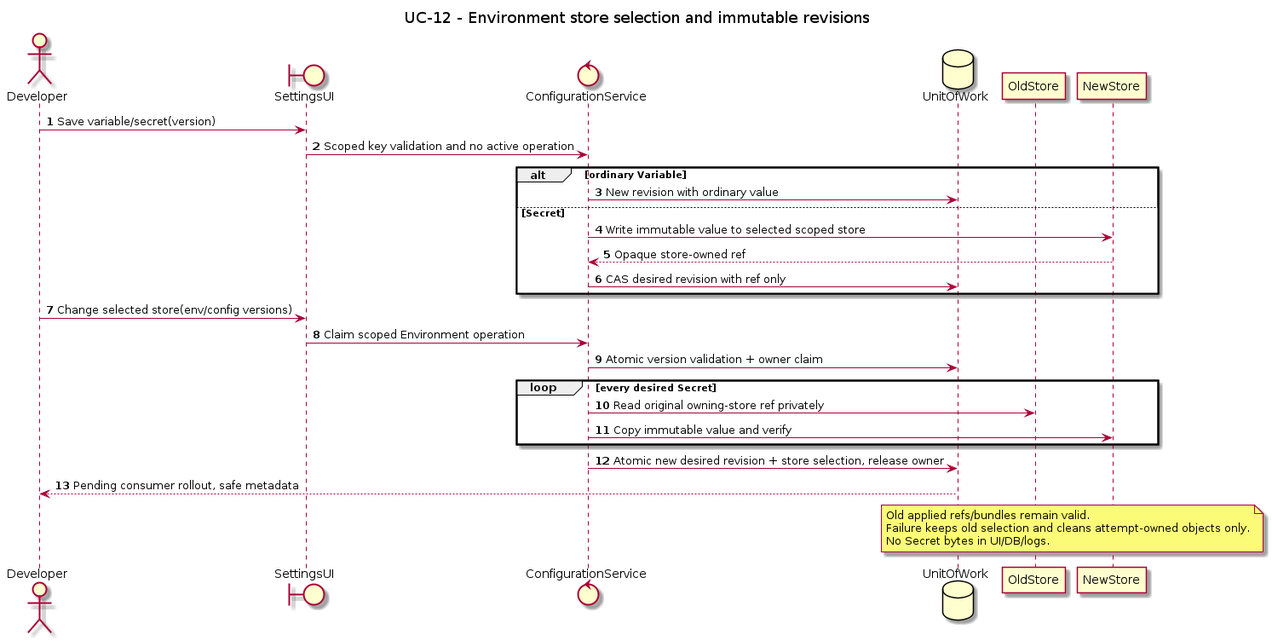
Above: orchestrator_docs/usecase/UC-12/sequence.png in pr3s3nt/poc (PlantUML), before the change. Its source is kept beside it as orchestrator_docs/usecase/UC-12/sequence.puml.
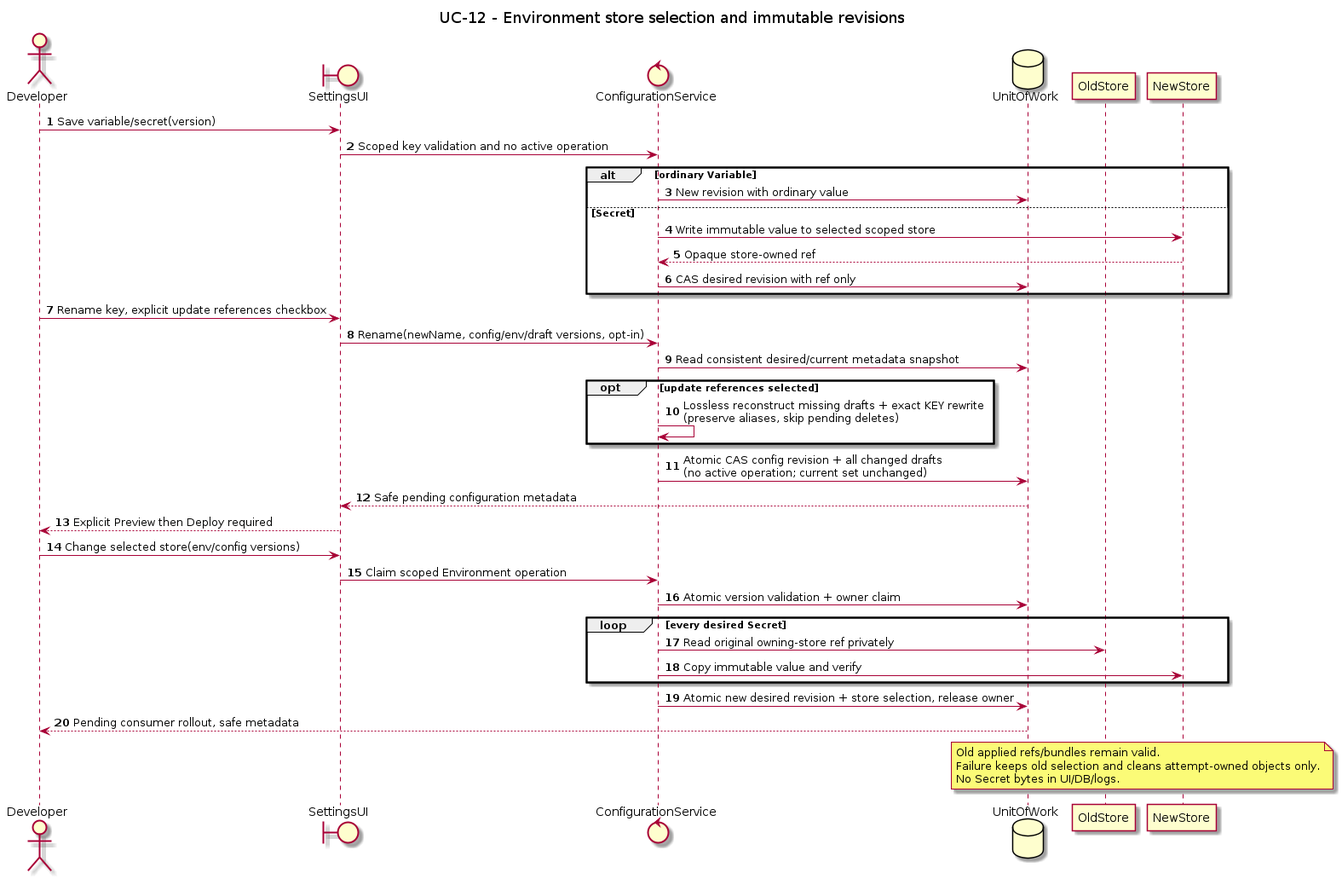
The same file after the commit.

Change to the diagram source:
```diff
@@ -16,6 +16,15 @@
  New --> Config: Opaque store-owned ref
  Config -> DB: CAS desired revision with ref only
 end
+Dev -> UI: Rename key, explicit update references checkbox
+UI -> Config: Rename(newName, config/env/draft versions, opt-in)
+Config -> DB: Read consistent desired/current metadata snapshot
+opt update references selected
+ Config -> Config: Lossless reconstruct missing drafts + exact KEY rewrite\n(preserve aliases, skip pending deletes)
+end
+Config -> DB: Atomic CAS config revision + all changed drafts\n(no active operation; current set unchanged)
+DB --> UI: Safe pending configuration metadata
+UI --> Dev: Explicit Preview then Deploy required
 Dev -> UI: Change selected store(env/config versions)
 UI -> Config: Claim scoped Environment operation
 Config -> DB: Atomic version validation + owner claim
```
